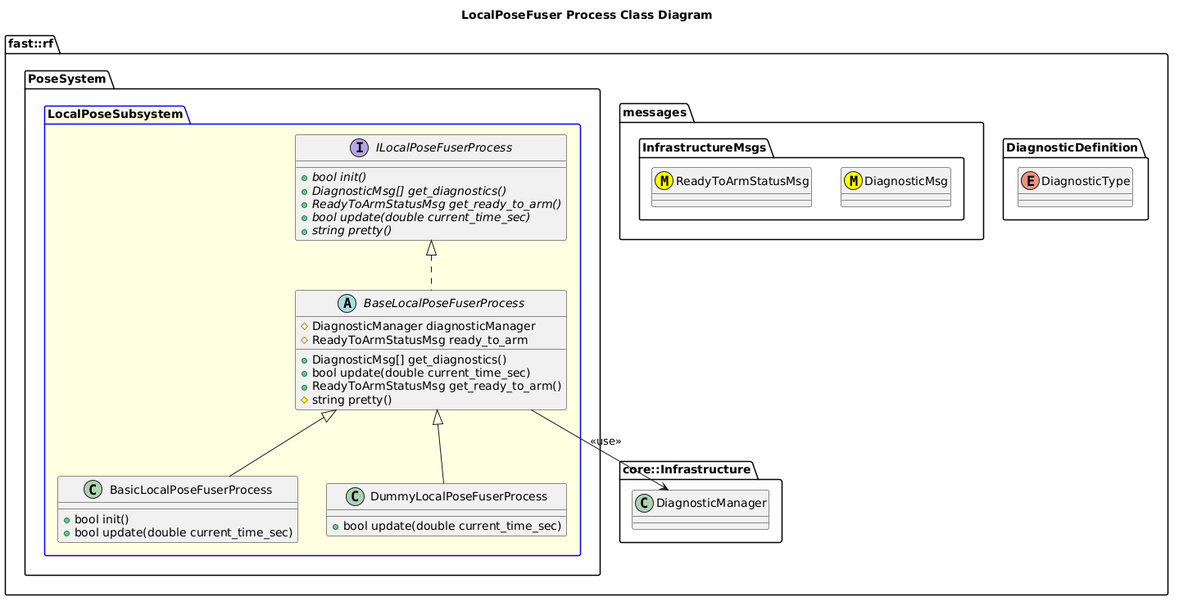
Above: Systems/Pose/Subsystems/LocalPose/Processes/LocalPoseFuser/doc/puml/LocalPoseFuserProcessClassDiagram.png in fastrobotics/robot_framework (PlantUML), before the change. Its diagram source:
```plantuml
@startuml
title LocalPoseFuser Process Class Diagram

namespace fast::rf {
  namespace DiagnosticDefinition {
    enum DiagnosticType
  }
  namespace messages {
    namespace InfrastructureMsgs {
      class DiagnosticMsg <<(M,#FFFF00)>>
      class ReadyToArmStatusMsg <<(M,#FFFF00)>>
    }
  }
  namespace core::Infrastructure {
    class DiagnosticManager
  }
  namespace PoseSystem {
    package LocalPoseSubsystem #LightYellow;line:blue {
        interface ILocalPoseFuserProcess  {
          +{abstract} bool init()
          +{abstract} DiagnosticMsg[] get_diagnostics()
          +{abstract} ReadyToArmStatusMsg get_ready_to_arm()
          +{abstract} bool update(double current_time_sec)
          +{abstract} string pretty()
        }
        abstract BaseLocalPoseFuserProcess {
          +DiagnosticMsg[] get_diagnostics()
          +bool update(double current_time_sec)
          +ReadyToArmStatusMsg get_ready_to_arm()
          #string pretty()
          #DiagnosticManager diagnosticManager
          #ReadyToArmStatusMsg ready_to_arm

        }
        BaseLocalPoseFuserProcess .up.|> ILocalPoseFuserProcess
        BaseLocalPoseFuserProcess --> DiagnosticManager: <<use>>
        class BasicLocalPoseFuserProcess {
          +bool init()
          +bool update(double current_time_sec)
        }
        BasicLocalPoseFuserProcess -up-|> BaseLocalPoseFuserProcess
        class DummyLocalPoseFuserProcess {
          +bool update(double current_time_sec)
        }
        DummyLocalPoseFuserProcess -up-|> BaseLocalPoseFuserProcess
    }
  }
}
@enduml
```
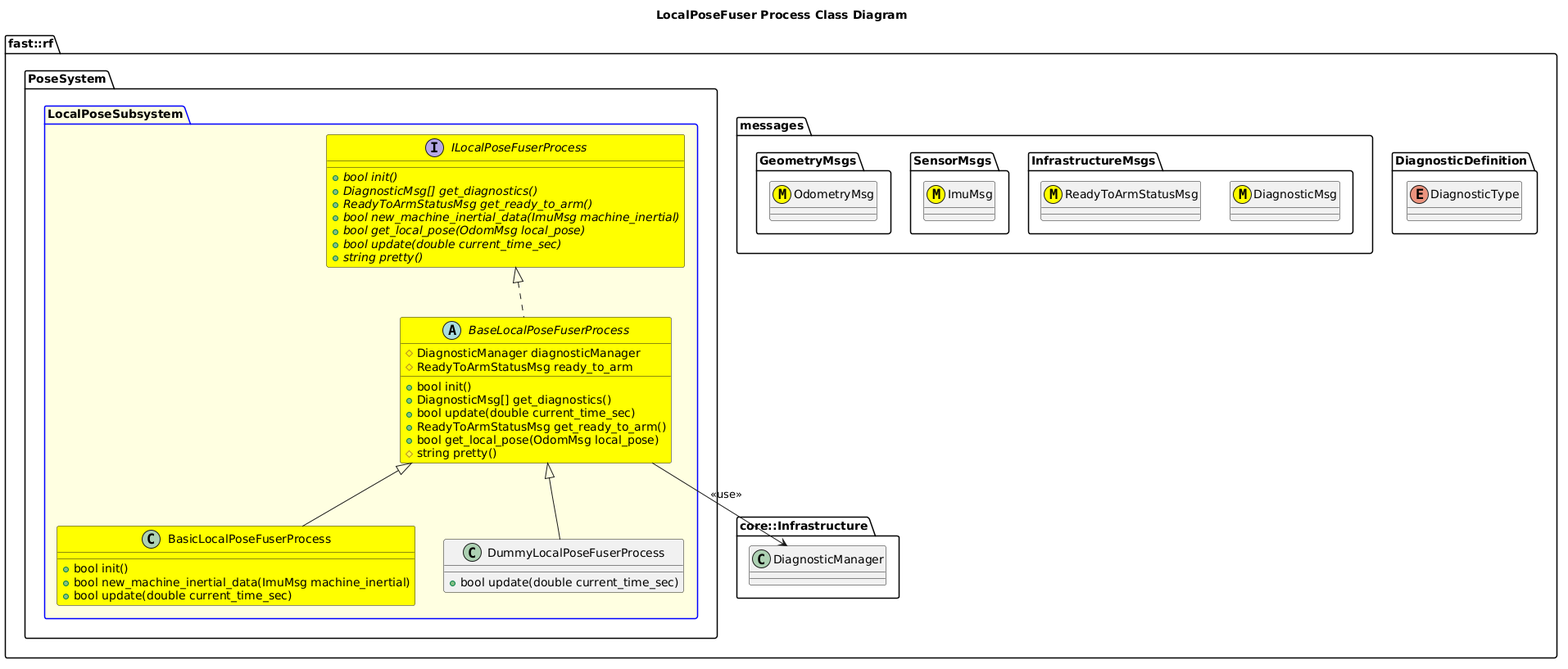
Above is the later version.

Diff of the diagram source:
```diff
@@ -10,23 +10,33 @@
       class DiagnosticMsg <<(M,#FFFF00)>>
       class ReadyToArmStatusMsg <<(M,#FFFF00)>>
     }
+    namespace SensorMsgs {
+      class ImuMsg <<(M,#FFFF00)>>
+    }
+    namespace GeometryMsgs {
+      class OdometryMsg <<(M,#FFFF00)>>
+    }
   }
   namespace core::Infrastructure {
     class DiagnosticManager
   }
   namespace PoseSystem {
     package LocalPoseSubsystem #LightYellow;line:blue {
-        interface ILocalPoseFuserProcess  {
+        interface ILocalPoseFuserProcess #Yellow  {
           +{abstract} bool init()
           +{abstract} DiagnosticMsg[] get_diagnostics()
           +{abstract} ReadyToArmStatusMsg get_ready_to_arm()
+          +{abstract} bool new_machine_inertial_data(ImuMsg machine_inertial)
+          +{abstract} bool get_local_pose(OdomMsg local_pose)
           +{abstract} bool update(double current_time_sec)
           +{abstract} string pretty()
         }
-        abstract BaseLocalPoseFuserProcess {
+        abstract BaseLocalPoseFuserProcess #Yellow {
+          +bool init()
           +DiagnosticMsg[] get_diagnostics()
           +bool update(double current_time_sec)
           +ReadyToArmStatusMsg get_ready_to_arm()
+          +bool get_local_pose(OdomMsg local_pose)
           #string pretty()
           #DiagnosticManager diagnosticManager
           #ReadyToArmStatusMsg ready_to_arm
@@ -34,8 +44,9 @@
         }
         BaseLocalPoseFuserProcess .up.|> ILocalPoseFuserProcess
         BaseLocalPoseFuserProcess --> DiagnosticManager: <<use>>
-        class BasicLocalPoseFuserProcess {
+        class BasicLocalPoseFuserProcess #Yellow {
           +bool init()
+          +bool new_machine_inertial_data(ImuMsg machine_inertial)
           +bool update(double current_time_sec)
         }
         BasicLocalPoseFuserProcess -up-|> BaseLocalPoseFuserProcess
```
